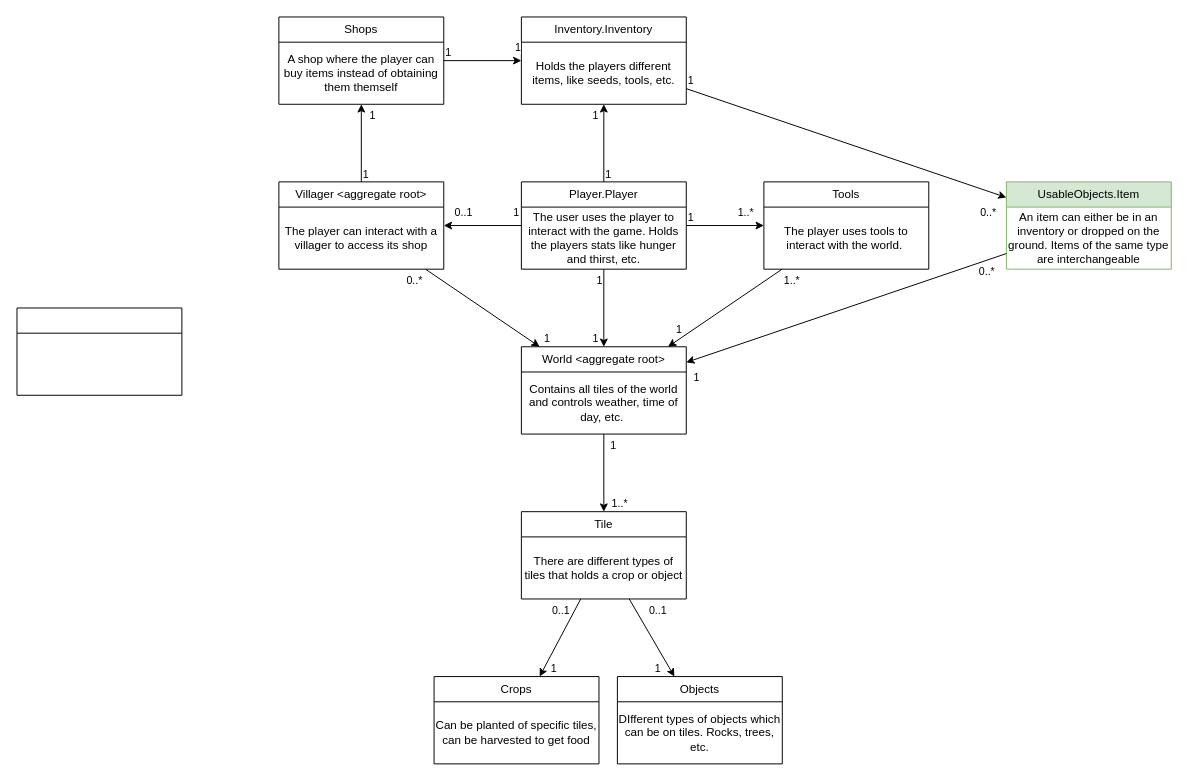
Earlier version of the draw.io diagram Domainmodel.drawio (ErikFogelstrand/OOPP-eenn). Source tidied: cells renumbered, new cells numbered last; positions are measured from the earlier drawing's top-left corner, leaving out a move shared by most shapes. Both pictures are drawn from the tidied source at 97%, with x=0, y=0 at pixel (16, 16).
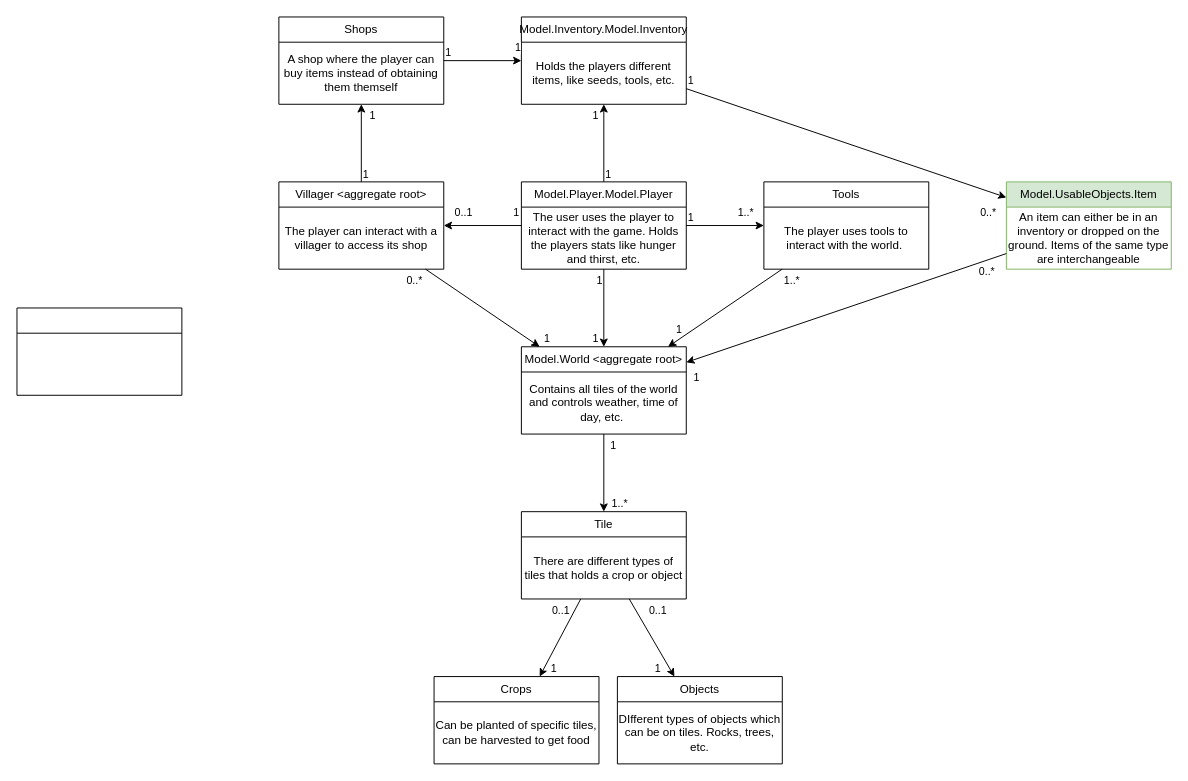
The same page after the edit.

Change to the diagram source:
```diff
@@
-    <mxCell id="3" value="Player.Player" style="swimlane;fontStyle=0;horizontal=1;startSize=26;fillColor=none;whiteSpace=wrap;html=1;" parent="1" vertex="1">
+    <mxCell id="3" value="Model.Player.Model.Player" style="swimlane;fontStyle=0;horizontal=1;startSize=26;fillColor=none;whiteSpace=wrap;html=1;" parent="1" vertex="1">
       <mxGeometry x="520" y="170" width="170" height="90" as="geometry" />
     </mxCell>
@@
-    <mxCell id="5" value="Inventory.Inventory" style="swimlane;fontStyle=0;horizontal=1;startSize=26;fillColor=none;whiteSpace=wrap;html=1;" parent="1" vertex="1">
+    <mxCell id="5" value="Model.Inventory.Model.Inventory" style="swimlane;fontStyle=0;horizontal=1;startSize=26;fillColor=none;whiteSpace=wrap;html=1;" parent="1" vertex="1">
       <mxGeometry x="520" width="170" height="90" as="geometry" />
     </mxCell>
@@
-    <mxCell id="7" value="World &amp;lt;aggregate root&amp;gt;" style="swimlane;fontStyle=0;horizontal=1;startSize=26;fillColor=none;whiteSpace=wrap;html=1;" parent="1" vertex="1">
+    <mxCell id="7" value="Model.World &amp;lt;aggregate root&amp;gt;" style="swimlane;fontStyle=0;horizontal=1;startSize=26;fillColor=none;whiteSpace=wrap;html=1;" parent="1" vertex="1">
       <mxGeometry x="520" y="340" width="170" height="90" as="geometry" />
     </mxCell>
@@
-    <mxCell id="45" value="UsableObjects.Item" style="swimlane;fontStyle=0;horizontal=1;startSize=26;fillColor=#d5e8d4;whiteSpace=wrap;html=1;strokeColor=#82b366;" parent="1" vertex="1">
+    <mxCell id="45" value="Model.UsableObjects.Item" style="swimlane;fontStyle=0;horizontal=1;startSize=26;fillColor=#d5e8d4;whiteSpace=wrap;html=1;strokeColor=#82b366;" parent="1" vertex="1">
       <mxGeometry x="1020" y="170" width="170" height="90" as="geometry" />
     </mxCell>
```
